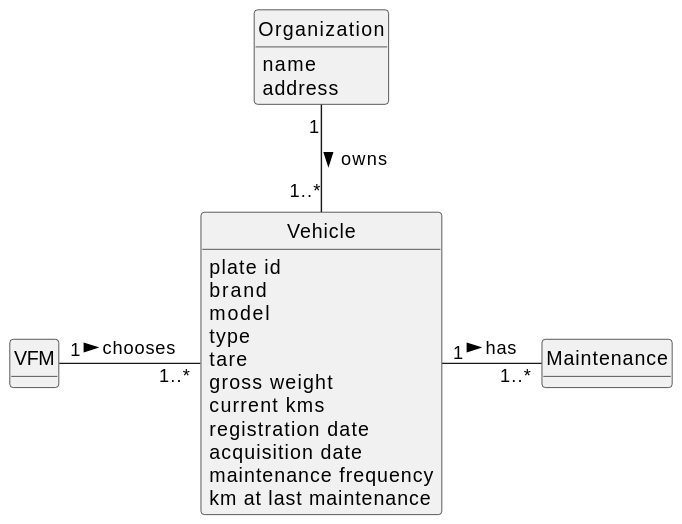
Before: docs/sprintB/us007/02.analysis/svg/us007-domain-model.svg, a diagram exported from PlantUML (diogoveirospro/lei-24-s2-1dg-g072).
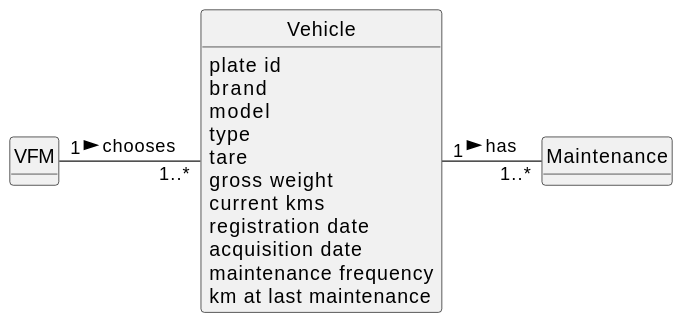
After the commit.

Diff of the diagram source:
```diff
@@ -27,16 +27,11 @@
     maintenance frequency
     km at last maintenance
 }
-class Organization{
-    name
-    address
-}
 
 class Maintenance{
 
 }
 
-Organization "1" --"1..*" Vehicle: owns >
 VFM "1"-"   1..*" Vehicle: chooses >
 Vehicle "1" - "1..*" Maintenance: has >
 @enduml
```
